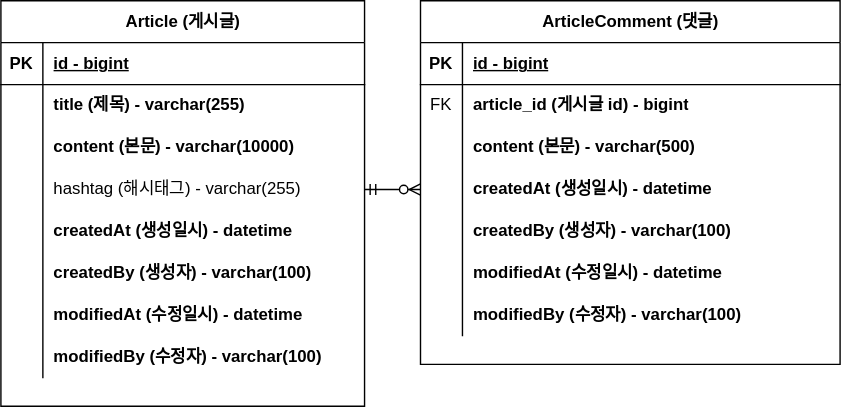
ssongcookie/project-board keeps this draw.io diagram as document/project-board-erd.svg. Above is the earlier version. Source tidied: cells renumbered, new cells last; positions are measured from the earlier drawing's top-left corner, leaving out a move shared by most shapes.
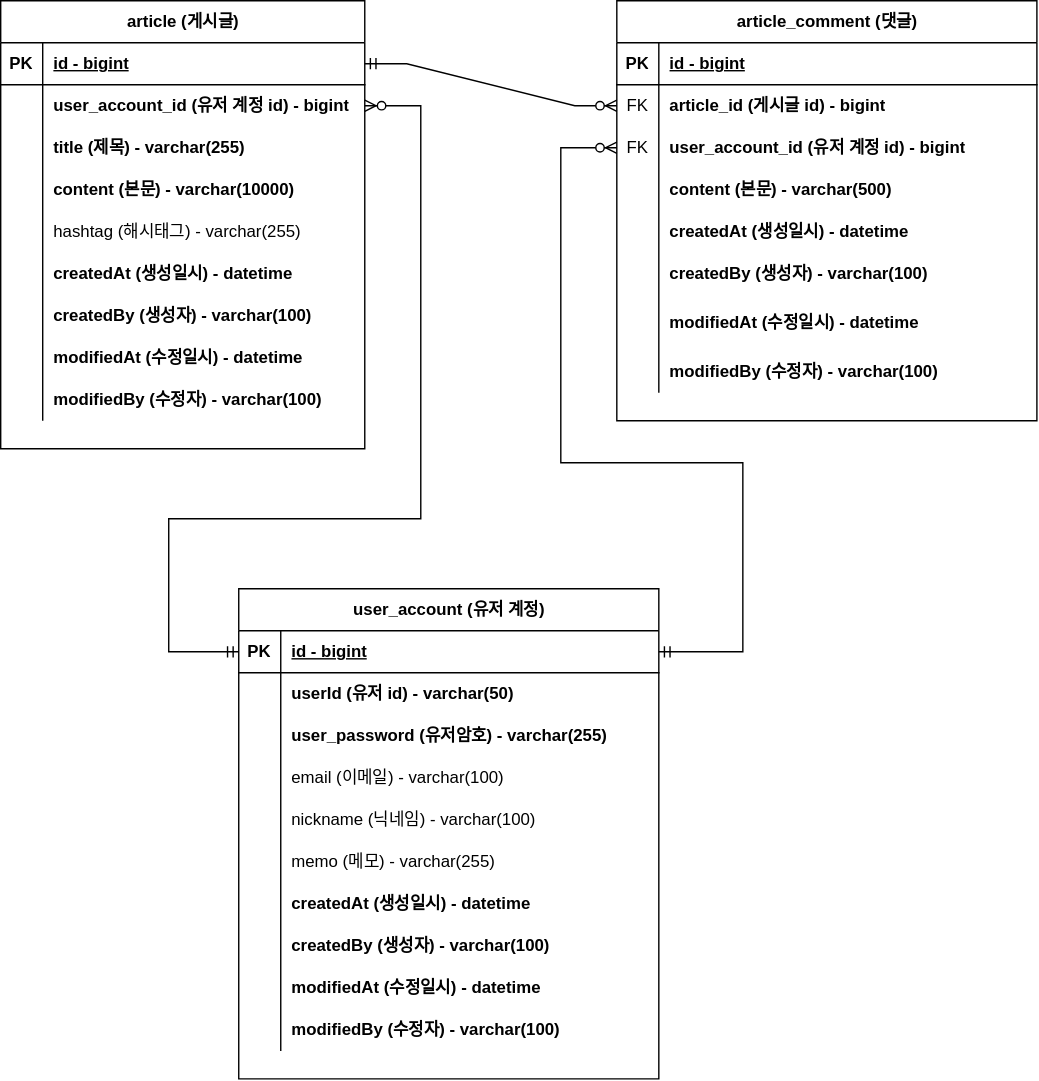
After the commit.

Commit message:
#17 - 회원 계정 도메인 구현 및 erd 반영

The edit, as a diff of the source:
```diff
@@ -2,8 +2,8 @@
   <root>
     <mxCell id="0" />
     <mxCell id="1" parent="0" />
-    <mxCell id="2" value="Article (게시글)" style="shape=table;startSize=30;rowLines=0;fontStyle=1;align=center;html=1;" parent="1" vertex="1">
-      <mxGeometry width="260" height="290" as="geometry" />
+    <mxCell id="2" value="article (게시글)" style="shape=table;startSize=30;rowLines=0;fontStyle=1;align=center;html=1;" parent="1" vertex="1">
+      <mxGeometry width="260" height="320" as="geometry" />
     </mxCell>
     <mxCell id="3" style="shape=tableRow;horizontal=0;startSize=0;swimlaneHead=0;swimlaneBody=0;fillColor=none;points=[[0,0.5],[1,0.5]];portConstraint=eastwest;top=0;left=0;right=0;bottom=1;" parent="2" vertex="1">
       <mxGeometry y="30" width="260" height="30" as="geometry" />
@@ -20,11 +20,20 @@
     <mxCell id="7" style="shape=partialRectangle;fillColor=none;top=0;left=0;bottom=0;right=0;overflow=hidden;whiteSpace=wrap;html=1;" parent="6" vertex="1">
       <mxGeometry width="30" height="30" as="geometry" />
     </mxCell>
-    <mxCell id="8" value="title (제목) - varchar(255)" style="shape=partialRectangle;fillColor=none;top=0;left=0;bottom=0;right=0;align=left;spacingLeft=6;overflow=hidden;whiteSpace=wrap;html=1;fontStyle=1;" parent="6" vertex="1">
+    <mxCell id="8" value="user_account_id (유저 계정 id) - bigint" style="shape=partialRectangle;fillColor=none;top=0;left=0;bottom=0;right=0;align=left;spacingLeft=6;overflow=hidden;whiteSpace=wrap;html=1;fontStyle=1;" parent="6" vertex="1">
       <mxGeometry x="30" width="230" height="30" as="geometry" />
     </mxCell>
+    <mxCell id="50" style="shape=tableRow;horizontal=0;startSize=0;swimlaneHead=0;swimlaneBody=0;fillColor=none;top=0;left=0;right=0;bottom=0;" parent="2" vertex="1">
+      <mxGeometry y="90" width="260" height="30" as="geometry" />
+    </mxCell>
+    <mxCell id="51" style="shape=partialRectangle;fillColor=none;top=0;left=0;bottom=0;right=0;overflow=hidden;whiteSpace=wrap;html=1;" parent="50" vertex="1">
+      <mxGeometry width="30" height="30" as="geometry" />
+    </mxCell>
+    <mxCell id="52" value="title (제목) - varchar(255)" style="shape=partialRectangle;fillColor=none;top=0;left=0;bottom=0;right=0;align=left;spacingLeft=6;overflow=hidden;whiteSpace=wrap;html=1;fontStyle=1;" parent="50" vertex="1">
+      <mxGeometry x="30" width="230" height="30" as="geometry" />
+    </mxCell>
     <mxCell id="9" style="shape=tableRow;horizontal=0;startSize=0;swimlaneHead=0;swimlaneBody=0;fillColor=none;top=0;left=0;right=0;bottom=0;" parent="2" vertex="1">
-      <mxGeometry y="90" width="260" height="30" as="geometry" />
+      <mxGeometry y="120" width="260" height="30" as="geometry" />
     </mxCell>
     <mxCell id="10" style="shape=partialRectangle;fillColor=none;top=0;left=0;bottom=0;right=0;overflow=hidden;whiteSpace=wrap;html=1;" parent="9" vertex="1">
       <mxGeometry width="30" height="30" as="geometry" />
@@ -33,7 +42,7 @@
       <mxGeometry x="30" width="230" height="30" as="geometry" />
     </mxCell>
     <mxCell id="12" style="shape=tableRow;horizontal=0;startSize=0;swimlaneHead=0;swimlaneBody=0;fillColor=none;points=[[0,0.5],[1,0.5]];portConstraint=eastwest;top=0;left=0;right=0;bottom=0;" parent="2" vertex="1">
-      <mxGeometry y="120" width="260" height="30" as="geometry" />
+      <mxGeometry y="150" width="260" height="30" as="geometry" />
     </mxCell>
     <mxCell id="13" style="shape=partialRectangle;fillColor=none;top=0;left=0;bottom=0;right=0;overflow=hidden;whiteSpace=wrap;html=1;" parent="12" vertex="1">
       <mxGeometry width="30" height="30" as="geometry" />
@@ -42,7 +51,7 @@
       <mxGeometry x="30" width="230" height="30" as="geometry" />
     </mxCell>
     <mxCell id="15" style="shape=tableRow;horizontal=0;startSize=0;swimlaneHead=0;swimlaneBody=0;fillColor=none;top=0;left=0;right=0;bottom=0;" parent="2" vertex="1">
-      <mxGeometry y="150" width="260" height="30" as="geometry" />
+      <mxGeometry y="180" width="260" height="30" as="geometry" />
     </mxCell>
     <mxCell id="16" style="shape=partialRectangle;fillColor=none;top=0;left=0;bottom=0;right=0;overflow=hidden;whiteSpace=wrap;html=1;" parent="15" vertex="1">
       <mxGeometry width="30" height="30" as="geometry" />
@@ -51,7 +60,7 @@
       <mxGeometry x="30" width="230" height="30" as="geometry" />
     </mxCell>
     <mxCell id="18" style="shape=tableRow;horizontal=0;startSize=0;swimlaneHead=0;swimlaneBody=0;fillColor=none;top=0;left=0;right=0;bottom=0;" parent="2" vertex="1">
-      <mxGeometry y="180" width="260" height="30" as="geometry" />
+      <mxGeometry y="210" width="260" height="30" as="geometry" />
     </mxCell>
     <mxCell id="19" style="shape=partialRectangle;fillColor=none;top=0;left=0;bottom=0;right=0;overflow=hidden;whiteSpace=wrap;html=1;" parent="18" vertex="1">
       <mxGeometry width="30" height="30" as="geometry" />
@@ -60,7 +69,7 @@
       <mxGeometry x="30" width="230" height="30" as="geometry" />
     </mxCell>
     <mxCell id="21" style="shape=tableRow;horizontal=0;startSize=0;swimlaneHead=0;swimlaneBody=0;fillColor=none;top=0;left=0;right=0;bottom=0;" parent="2" vertex="1">
-      <mxGeometry y="210" width="260" height="30" as="geometry" />
+      <mxGeometry y="240" width="260" height="30" as="geometry" />
     </mxCell>
     <mxCell id="22" style="shape=partialRectangle;fillColor=none;top=0;left=0;bottom=0;right=0;overflow=hidden;whiteSpace=wrap;html=1;" parent="21" vertex="1">
       <mxGeometry width="30" height="30" as="geometry" />
@@ -69,7 +78,7 @@
       <mxGeometry x="30" width="230" height="30" as="geometry" />
     </mxCell>
     <mxCell id="24" style="shape=tableRow;horizontal=0;startSize=0;swimlaneHead=0;swimlaneBody=0;fillColor=none;top=0;left=0;right=0;bottom=0;" parent="2" vertex="1">
-      <mxGeometry y="240" width="260" height="30" as="geometry" />
+      <mxGeometry y="270" width="260" height="30" as="geometry" />
     </mxCell>
     <mxCell id="25" style="shape=partialRectangle;fillColor=none;top=0;left=0;bottom=0;right=0;overflow=hidden;whiteSpace=wrap;html=1;" parent="24" vertex="1">
       <mxGeometry width="30" height="30" as="geometry" />
@@ -77,8 +86,8 @@
     <mxCell id="26" value="modifiedBy (수정자) - varchar(100)" style="shape=partialRectangle;fillColor=none;top=0;left=0;bottom=0;right=0;align=left;spacingLeft=6;overflow=hidden;whiteSpace=wrap;html=1;fontStyle=1;" parent="24" vertex="1">
       <mxGeometry x="30" width="230" height="30" as="geometry" />
     </mxCell>
-    <mxCell id="27" value="ArticleComment (댓글)" style="shape=table;startSize=30;rowLines=0;fontStyle=1;align=center;html=1;" parent="1" vertex="1">
-      <mxGeometry x="300" width="300" height="260" as="geometry" />
+    <mxCell id="27" value="article_comment (댓글)" style="shape=table;startSize=30;rowLines=0;fontStyle=1;align=center;html=1;" parent="1" vertex="1">
+      <mxGeometry x="440" width="300" height="300" as="geometry" />
     </mxCell>
     <mxCell id="28" style="shape=tableRow;horizontal=0;startSize=0;swimlaneHead=0;swimlaneBody=0;fillColor=none;top=0;left=0;right=0;bottom=1;" parent="27" vertex="1">
       <mxGeometry y="30" width="300" height="30" as="geometry" />
@@ -98,8 +107,17 @@
     <mxCell id="33" value="article_id (게시글 id) - bigint" style="shape=partialRectangle;fillColor=none;top=0;left=0;bottom=0;right=0;align=left;spacingLeft=6;overflow=hidden;whiteSpace=wrap;html=1;fontStyle=1;" parent="31" vertex="1">
       <mxGeometry x="30" width="270" height="30" as="geometry" />
     </mxCell>
+    <mxCell id="53" style="shape=tableRow;horizontal=0;startSize=0;swimlaneHead=0;swimlaneBody=0;fillColor=none;points=[[0,0.5],[1,0.5]];portConstraint=eastwest;top=0;left=0;right=0;bottom=0;" parent="27" vertex="1">
+      <mxGeometry y="90" width="300" height="30" as="geometry" />
+    </mxCell>
+    <mxCell id="54" value="FK" style="shape=partialRectangle;fillColor=none;top=0;left=0;bottom=0;right=0;overflow=hidden;whiteSpace=wrap;html=1;" parent="53" vertex="1">
+      <mxGeometry width="30" height="30" as="geometry" />
+    </mxCell>
+    <mxCell id="55" value="user_account_id (유저 계정 id) - bigint" style="shape=partialRectangle;fillColor=none;top=0;left=0;bottom=0;right=0;align=left;spacingLeft=6;overflow=hidden;whiteSpace=wrap;html=1;fontStyle=1;" parent="53" vertex="1">
+      <mxGeometry x="30" width="270" height="30" as="geometry" />
+    </mxCell>
     <mxCell id="34" style="shape=tableRow;horizontal=0;startSize=0;swimlaneHead=0;swimlaneBody=0;fillColor=none;top=0;left=0;right=0;bottom=0;" parent="27" vertex="1">
-      <mxGeometry y="90" width="300" height="30" as="geometry" />
+      <mxGeometry y="120" width="300" height="30" as="geometry" />
     </mxCell>
     <mxCell id="35" style="shape=partialRectangle;fillColor=none;top=0;left=0;bottom=0;right=0;overflow=hidden;whiteSpace=wrap;html=1;" parent="34" vertex="1">
       <mxGeometry width="30" height="30" as="geometry" />
@@ -108,7 +126,7 @@
       <mxGeometry x="30" width="270" height="30" as="geometry" />
     </mxCell>
     <mxCell id="37" style="shape=tableRow;horizontal=0;startSize=0;swimlaneHead=0;swimlaneBody=0;fillColor=none;points=[[0,0.5],[1,0.5]];portConstraint=eastwest;top=0;left=0;right=0;bottom=0;" parent="27" vertex="1">
-      <mxGeometry y="120" width="300" height="30" as="geometry" />
+      <mxGeometry y="150" width="300" height="30" as="geometry" />
     </mxCell>
     <mxCell id="38" style="shape=partialRectangle;fillColor=none;top=0;left=0;bottom=0;right=0;overflow=hidden;whiteSpace=wrap;html=1;" parent="37" vertex="1">
       <mxGeometry width="30" height="30" as="geometry" />
@@ -117,7 +135,7 @@
       <mxGeometry x="30" width="270" height="30" as="geometry" />
     </mxCell>
     <mxCell id="40" style="shape=tableRow;horizontal=0;startSize=0;swimlaneHead=0;swimlaneBody=0;fillColor=none;top=0;left=0;right=0;bottom=0;" parent="27" vertex="1">
-      <mxGeometry y="150" width="300" height="30" as="geometry" />
+      <mxGeometry y="180" width="300" height="30" as="geometry" />
     </mxCell>
     <mxCell id="41" style="shape=partialRectangle;fillColor=none;top=0;left=0;bottom=0;right=0;overflow=hidden;whiteSpace=wrap;html=1;" parent="40" vertex="1">
       <mxGeometry width="30" height="30" as="geometry" />
@@ -126,16 +144,16 @@
       <mxGeometry x="30" width="270" height="30" as="geometry" />
     </mxCell>
     <mxCell id="43" style="shape=tableRow;horizontal=0;startSize=0;swimlaneHead=0;swimlaneBody=0;fillColor=none;top=0;left=0;right=0;bottom=0;" parent="27" vertex="1">
-      <mxGeometry y="180" width="300" height="30" as="geometry" />
+      <mxGeometry y="210" width="300" height="40" as="geometry" />
     </mxCell>
     <mxCell id="44" style="shape=partialRectangle;fillColor=none;top=0;left=0;bottom=0;right=0;overflow=hidden;whiteSpace=wrap;html=1;" parent="43" vertex="1">
-      <mxGeometry width="30" height="30" as="geometry" />
+      <mxGeometry width="30" height="40" as="geometry" />
     </mxCell>
     <mxCell id="45" value="modifiedAt (수정일시) - datetime" style="shape=partialRectangle;fillColor=none;top=0;left=0;bottom=0;right=0;align=left;spacingLeft=6;overflow=hidden;whiteSpace=wrap;html=1;fontStyle=1;" parent="43" vertex="1">
-      <mxGeometry x="30" width="270" height="30" as="geometry" />
+      <mxGeometry x="30" width="270" height="40" as="geometry" />
     </mxCell>
     <mxCell id="46" style="shape=tableRow;horizontal=0;startSize=0;swimlaneHead=0;swimlaneBody=0;fillColor=none;top=0;left=0;right=0;bottom=0;" parent="27" vertex="1">
-      <mxGeometry y="210" width="300" height="30" as="geometry" />
+      <mxGeometry y="250" width="300" height="30" as="geometry" />
     </mxCell>
     <mxCell id="47" style="shape=partialRectangle;fillColor=none;top=0;left=0;bottom=0;right=0;overflow=hidden;whiteSpace=wrap;html=1;" parent="46" vertex="1">
       <mxGeometry width="30" height="30" as="geometry" />
@@ -143,8 +161,121 @@
     <mxCell id="48" value="modifiedBy (수정자) - varchar(100)" style="shape=partialRectangle;fillColor=none;top=0;left=0;bottom=0;right=0;align=left;spacingLeft=6;overflow=hidden;whiteSpace=wrap;html=1;fontStyle=1;" parent="46" vertex="1">
       <mxGeometry x="30" width="270" height="30" as="geometry" />
     </mxCell>
-    <mxCell id="49" style="edgeStyle=entityRelationEdgeStyle;fontSize=12;html=1;endArrow=ERzeroToMany;startArrow=ERmandOne;rounded=0;exitX=1;exitY=0.5;exitDx=0;exitDy=0;entryX=0;entryY=0.5;entryDx=0;entryDy=0;" parent="1" edge="1" source="12" target="37">
+    <mxCell id="49" style="edgeStyle=entityRelationEdgeStyle;fontSize=12;html=1;endArrow=ERzeroToMany;startArrow=ERmandOne;rounded=0;" parent="1" edge="1" source="3" target="31">
       <mxGeometry relative="1" as="geometry" />
     </mxCell>
+    <mxCell id="56" value="user_account (유저 계정)" style="shape=table;startSize=30;rowLines=0;fontStyle=1;align=center;html=1;" parent="1" vertex="1">
+      <mxGeometry x="170" y="420" width="300" height="350" as="geometry" />
+    </mxCell>
+    <mxCell id="57" style="shape=tableRow;horizontal=0;startSize=0;swimlaneHead=0;swimlaneBody=0;fillColor=none;points=[[0,0.5],[1,0.5]];portConstraint=eastwest;top=0;left=0;right=0;bottom=1;" parent="56" vertex="1">
+      <mxGeometry y="30" width="300" height="30" as="geometry" />
+    </mxCell>
+    <mxCell id="58" value="PK" style="shape=partialRectangle;fillColor=none;top=0;left=0;bottom=0;right=0;fontStyle=1;overflow=hidden;whiteSpace=wrap;html=1;" parent="57" vertex="1">
+      <mxGeometry width="30" height="30" as="geometry" />
+    </mxCell>
+    <mxCell id="59" value="id - bigint" style="shape=partialRectangle;fillColor=none;top=0;left=0;bottom=0;right=0;align=left;spacingLeft=6;fontStyle=5;overflow=hidden;whiteSpace=wrap;html=1;" parent="57" vertex="1">
+      <mxGeometry x="30" width="270" height="30" as="geometry" />
+    </mxCell>
+    <mxCell id="60" style="shape=tableRow;horizontal=0;startSize=0;swimlaneHead=0;swimlaneBody=0;fillColor=none;top=0;left=0;right=0;bottom=0;" parent="56" vertex="1">
+      <mxGeometry y="60" width="300" height="30" as="geometry" />
+    </mxCell>
+    <mxCell id="61" style="shape=partialRectangle;fillColor=none;top=0;left=0;bottom=0;right=0;overflow=hidden;whiteSpace=wrap;html=1;" parent="60" vertex="1">
+      <mxGeometry width="30" height="30" as="geometry" />
+    </mxCell>
+    <mxCell id="62" value="userId (유저 id) - varchar(50)" style="shape=partialRectangle;fillColor=none;top=0;left=0;bottom=0;right=0;align=left;spacingLeft=6;overflow=hidden;whiteSpace=wrap;html=1;fontStyle=1;" parent="60" vertex="1">
+      <mxGeometry x="30" width="270" height="30" as="geometry" />
+    </mxCell>
+    <mxCell id="63" style="shape=tableRow;horizontal=0;startSize=0;swimlaneHead=0;swimlaneBody=0;fillColor=none;top=0;left=0;right=0;bottom=0;" parent="56" vertex="1">
+      <mxGeometry y="90" width="300" height="30" as="geometry" />
+    </mxCell>
+    <mxCell id="64" style="shape=partialRectangle;fillColor=none;top=0;left=0;bottom=0;right=0;overflow=hidden;whiteSpace=wrap;html=1;" parent="63" vertex="1">
+      <mxGeometry width="30" height="30" as="geometry" />
+    </mxCell>
+    <mxCell id="65" value="user_password (유저암호)&amp;nbsp;- varchar(255)" style="shape=partialRectangle;fillColor=none;top=0;left=0;bottom=0;right=0;align=left;spacingLeft=6;overflow=hidden;whiteSpace=wrap;html=1;fontStyle=1;" parent="63" vertex="1">
+      <mxGeometry x="30" width="270" height="30" as="geometry" />
+    </mxCell>
+    <mxCell id="66" style="shape=tableRow;horizontal=0;startSize=0;swimlaneHead=0;swimlaneBody=0;fillColor=none;top=0;left=0;right=0;bottom=0;" parent="56" vertex="1">
+      <mxGeometry y="120" width="300" height="30" as="geometry" />
+    </mxCell>
+    <mxCell id="67" style="shape=partialRectangle;fillColor=none;top=0;left=0;bottom=0;right=0;overflow=hidden;whiteSpace=wrap;html=1;" parent="66" vertex="1">
+      <mxGeometry width="30" height="30" as="geometry" />
+    </mxCell>
+    <mxCell id="68" value="email (이메일)&lt;b&gt;&amp;nbsp;&lt;/b&gt;- varchar(100)" style="shape=partialRectangle;fillColor=none;top=0;left=0;bottom=0;right=0;align=left;spacingLeft=6;overflow=hidden;whiteSpace=wrap;html=1;" parent="66" vertex="1">
+      <mxGeometry x="30" width="270" height="30" as="geometry" />
+    </mxCell>
+    <mxCell id="69" style="shape=tableRow;horizontal=0;startSize=0;swimlaneHead=0;swimlaneBody=0;fillColor=none;top=0;left=0;right=0;bottom=0;" parent="56" vertex="1">
+      <mxGeometry y="150" width="300" height="30" as="geometry" />
+    </mxCell>
+    <mxCell id="70" style="shape=partialRectangle;fillColor=none;top=0;left=0;bottom=0;right=0;overflow=hidden;whiteSpace=wrap;html=1;" parent="69" vertex="1">
+      <mxGeometry width="30" height="30" as="geometry" />
+    </mxCell>
+    <mxCell id="71" value="nickname (닉네임)&lt;b&gt;&amp;nbsp;&lt;/b&gt;- varchar(100)" style="shape=partialRectangle;fillColor=none;top=0;left=0;bottom=0;right=0;align=left;spacingLeft=6;overflow=hidden;whiteSpace=wrap;html=1;" parent="69" vertex="1">
+      <mxGeometry x="30" width="270" height="30" as="geometry" />
+    </mxCell>
+    <mxCell id="72" style="shape=tableRow;horizontal=0;startSize=0;swimlaneHead=0;swimlaneBody=0;fillColor=none;top=0;left=0;right=0;bottom=0;" parent="56" vertex="1">
+      <mxGeometry y="180" width="300" height="30" as="geometry" />
+    </mxCell>
+    <mxCell id="73" style="shape=partialRectangle;fillColor=none;top=0;left=0;bottom=0;right=0;overflow=hidden;whiteSpace=wrap;html=1;" parent="72" vertex="1">
+      <mxGeometry width="30" height="30" as="geometry" />
+    </mxCell>
+    <mxCell id="74" value="memo (메모)&lt;b&gt;&amp;nbsp;&lt;/b&gt;- varchar(255)" style="shape=partialRectangle;fillColor=none;top=0;left=0;bottom=0;right=0;align=left;spacingLeft=6;overflow=hidden;whiteSpace=wrap;html=1;" parent="72" vertex="1">
+      <mxGeometry x="30" width="270" height="30" as="geometry" />
+    </mxCell>
+    <mxCell id="75" style="shape=tableRow;horizontal=0;startSize=0;swimlaneHead=0;swimlaneBody=0;fillColor=none;top=0;left=0;right=0;bottom=0;" parent="56" vertex="1">
+      <mxGeometry y="210" width="300" height="30" as="geometry" />
+    </mxCell>
+    <mxCell id="76" style="shape=partialRectangle;fillColor=none;top=0;left=0;bottom=0;right=0;overflow=hidden;whiteSpace=wrap;html=1;" parent="75" vertex="1">
+      <mxGeometry width="30" height="30" as="geometry" />
+    </mxCell>
+    <mxCell id="77" value="&lt;span style=&quot;font-weight: 700;&quot;&gt;createdAt (생성일시) - datetime&lt;/span&gt;" style="shape=partialRectangle;fillColor=none;top=0;left=0;bottom=0;right=0;align=left;spacingLeft=6;overflow=hidden;whiteSpace=wrap;html=1;" parent="75" vertex="1">
+      <mxGeometry x="30" width="270" height="30" as="geometry" />
+    </mxCell>
+    <mxCell id="78" style="shape=tableRow;horizontal=0;startSize=0;swimlaneHead=0;swimlaneBody=0;fillColor=none;top=0;left=0;right=0;bottom=0;" parent="56" vertex="1">
+      <mxGeometry y="240" width="300" height="30" as="geometry" />
+    </mxCell>
+    <mxCell id="79" style="shape=partialRectangle;fillColor=none;top=0;left=0;bottom=0;right=0;overflow=hidden;whiteSpace=wrap;html=1;" parent="78" vertex="1">
+      <mxGeometry width="30" height="30" as="geometry" />
+    </mxCell>
+    <mxCell id="80" value="&lt;span style=&quot;font-weight: 700;&quot;&gt;createdBy (생성자)&amp;nbsp;- varchar(100)&lt;/span&gt;" style="shape=partialRectangle;fillColor=none;top=0;left=0;bottom=0;right=0;align=left;spacingLeft=6;overflow=hidden;whiteSpace=wrap;html=1;" parent="78" vertex="1">
+      <mxGeometry x="30" width="270" height="30" as="geometry" />
+    </mxCell>
+    <mxCell id="81" style="shape=tableRow;horizontal=0;startSize=0;swimlaneHead=0;swimlaneBody=0;fillColor=none;top=0;left=0;right=0;bottom=0;" parent="56" vertex="1">
+      <mxGeometry y="270" width="300" height="30" as="geometry" />
+    </mxCell>
+    <mxCell id="82" style="shape=partialRectangle;fillColor=none;top=0;left=0;bottom=0;right=0;overflow=hidden;whiteSpace=wrap;html=1;" parent="81" vertex="1">
+      <mxGeometry width="30" height="30" as="geometry" />
+    </mxCell>
+    <mxCell id="83" value="&lt;span style=&quot;font-weight: 700;&quot;&gt;modifiedAt (수정일시) - datetime&lt;/span&gt;" style="shape=partialRectangle;fillColor=none;top=0;left=0;bottom=0;right=0;align=left;spacingLeft=6;overflow=hidden;whiteSpace=wrap;html=1;" parent="81" vertex="1">
+      <mxGeometry x="30" width="270" height="30" as="geometry" />
+    </mxCell>
+    <mxCell id="84" style="shape=tableRow;horizontal=0;startSize=0;swimlaneHead=0;swimlaneBody=0;fillColor=none;top=0;left=0;right=0;bottom=0;" parent="56" vertex="1">
+      <mxGeometry y="300" width="300" height="30" as="geometry" />
+    </mxCell>
+    <mxCell id="85" style="shape=partialRectangle;fillColor=none;top=0;left=0;bottom=0;right=0;overflow=hidden;whiteSpace=wrap;html=1;" parent="84" vertex="1">
+      <mxGeometry width="30" height="30" as="geometry" />
+    </mxCell>
+    <mxCell id="86" value="&lt;span style=&quot;font-weight: 700;&quot;&gt;modifiedBy (수정자) - varchar(100)&lt;/span&gt;" style="shape=partialRectangle;fillColor=none;top=0;left=0;bottom=0;right=0;align=left;spacingLeft=6;overflow=hidden;whiteSpace=wrap;html=1;" parent="84" vertex="1">
+      <mxGeometry x="30" width="270" height="30" as="geometry" />
+    </mxCell>
+    <mxCell id="87" style="edgeStyle=orthogonalEdgeStyle;fontSize=12;html=1;endArrow=ERzeroToMany;startArrow=ERmandOne;rounded=0;" parent="1" edge="1" source="57" target="53">
+      <mxGeometry relative="1" as="geometry">
+        <Array as="points">
+          <mxPoint x="530" y="465" />
+          <mxPoint x="530" y="330" />
+          <mxPoint x="400" y="330" />
+          <mxPoint x="400" y="105" />
+        </Array>
+      </mxGeometry>
+    </mxCell>
+    <mxCell id="88" style="edgeStyle=orthogonalEdgeStyle;fontSize=12;html=1;endArrow=ERzeroToMany;startArrow=ERmandOne;rounded=0;" parent="1" edge="1" source="57" target="6">
+      <mxGeometry relative="1" as="geometry">
+        <Array as="points">
+          <mxPoint x="120" y="465" />
+          <mxPoint x="120" y="370" />
+          <mxPoint x="300" y="370" />
+          <mxPoint x="300" y="75" />
+        </Array>
+      </mxGeometry>
+    </mxCell>
   </root>
 </mxGraphModel>
```
